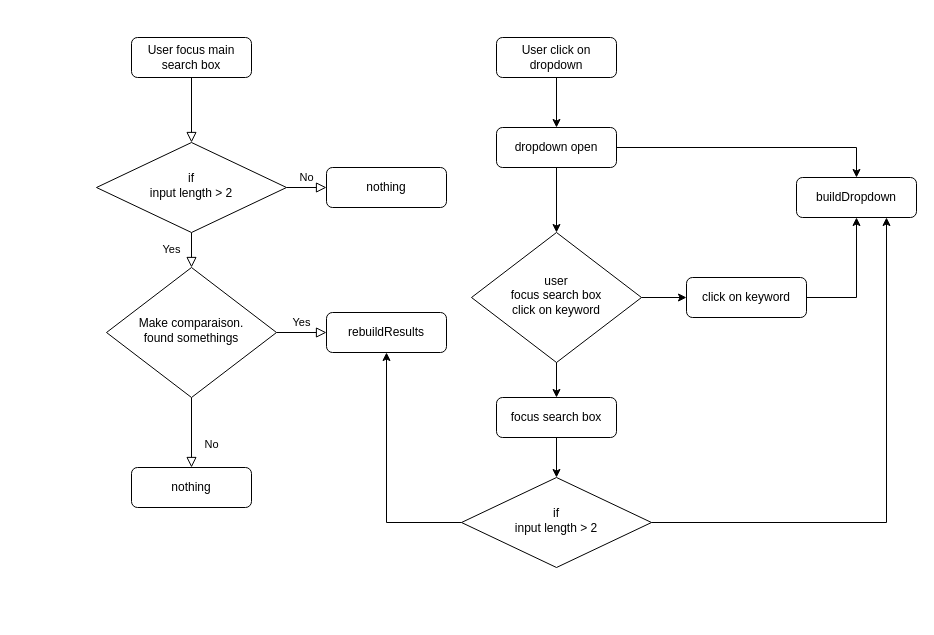
This is Untitled Diagram.drawio from flogus/algorithmeRechercheJavaScript, a draw.io file, before an edit. Source tidied: cells renumbered, new cells numbered last; positions are measured from the earlier drawing's top-left corner, leaving out a move shared by most shapes. Both pictures are drawn from the tidied source at 100%, with x=0, y=0 at pixel (96, 37).
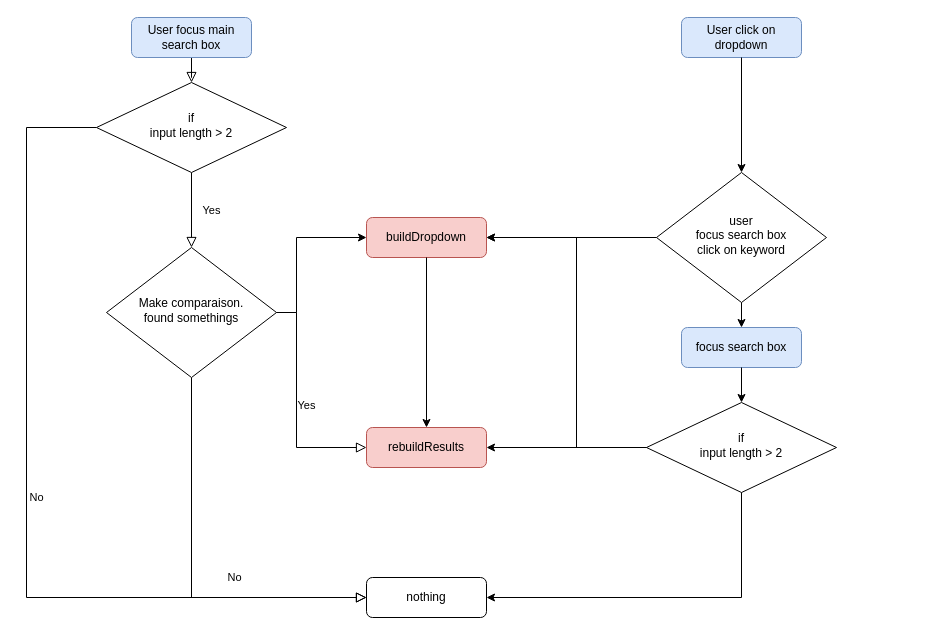
After the change.

Diff of the diagram source:
```diff
@@
-    <mxCell id="3" value="User focus main search box" style="rounded=1;whiteSpace=wrap;html=1;fontSize=12;glass=0;strokeWidth=1;shadow=0;" parent="1" vertex="1">
-      <mxGeometry x="35" width="120" height="40" as="geometry" />
+    <mxCell id="3" value="User focus main search box" style="rounded=1;whiteSpace=wrap;html=1;fontSize=12;glass=0;strokeWidth=1;shadow=0;fillColor=#dae8fc;strokeColor=#6c8ebf;" parent="1" vertex="1">
+      <mxGeometry x="35" y="-20" width="120" height="40" as="geometry" />
     </mxCell>
@@
-    <mxCell id="5" value="No" style="edgeStyle=orthogonalEdgeStyle;rounded=0;html=1;jettySize=auto;fontSize=11;endArrow=block;endFill=0;endSize=8;strokeWidth=1;shadow=0;labelBackgroundColor=none;" parent="1" edge="1" source="6" target="7">
-      <mxGeometry y="10" relative="1" as="geometry" />
+    <mxCell id="5" value="No" style="edgeStyle=orthogonalEdgeStyle;rounded=0;html=1;jettySize=auto;fontSize=11;endArrow=block;endFill=0;endSize=8;strokeWidth=1;shadow=0;labelBackgroundColor=none;entryX=0;entryY=0.5;entryDx=0;entryDy=0;exitX=0;exitY=0.5;exitDx=0;exitDy=0;" parent="1" edge="1" source="6" target="11">
+      <mxGeometry y="10" relative="1" as="geometry">
+        <Array as="points">
+          <mxPoint x="-70" y="90" />
+          <mxPoint x="-70" y="560" />
+        </Array>
+      </mxGeometry>
     </mxCell>
     <mxCell id="6" value="if&lt;br&gt;input length &amp;gt; 2" style="rhombus;whiteSpace=wrap;html=1;shadow=0;fontFamily=Helvetica;fontSize=12;align=center;strokeWidth=1;spacing=6;spacingTop=-4;" parent="1" vertex="1">
-      <mxGeometry y="105" width="190" height="90" as="geometry" />
+      <mxGeometry y="45" width="190" height="90" as="geometry" />
     </mxCell>
-    <mxCell id="7" value="nothing" style="rounded=1;whiteSpace=wrap;html=1;fontSize=12;glass=0;strokeWidth=1;shadow=0;" parent="1" vertex="1">
-      <mxGeometry x="230" y="130" width="120" height="40" as="geometry" />
-    </mxCell>
-    <mxCell id="8" value="No" style="rounded=0;html=1;jettySize=auto;fontSize=11;endArrow=block;endFill=0;endSize=8;strokeWidth=1;shadow=0;labelBackgroundColor=none;edgeStyle=orthogonalEdgeStyle;" parent="1" edge="1" source="10" target="11">
-      <mxGeometry x="0.33" y="20" relative="1" as="geometry" />
+    <mxCell id="8" value="No" style="rounded=0;html=1;jettySize=auto;fontSize=11;endArrow=block;endFill=0;endSize=8;strokeWidth=1;shadow=0;labelBackgroundColor=none;edgeStyle=orthogonalEdgeStyle;exitX=0.5;exitY=1;exitDx=0;exitDy=0;" parent="1" edge="1" source="10" target="11">
+      <mxGeometry x="0.33" y="20" relative="1" as="geometry">
+        <Array as="points">
+          <mxPoint x="95" y="560" />
+        </Array>
+      </mxGeometry>
     </mxCell>
-    <mxCell id="9" value="Yes" style="edgeStyle=orthogonalEdgeStyle;rounded=0;html=1;jettySize=auto;fontSize=11;endArrow=block;endFill=0;endSize=8;strokeWidth=1;shadow=0;labelBackgroundColor=none;" parent="1" edge="1" source="10" target="12">
-      <mxGeometry y="10" relative="1" as="geometry" />
+    <mxCell id="9" value="Yes" style="edgeStyle=orthogonalEdgeStyle;rounded=0;html=1;jettySize=auto;fontSize=11;endArrow=block;endFill=0;endSize=8;strokeWidth=1;shadow=0;labelBackgroundColor=none;entryX=0;entryY=0.5;entryDx=0;entryDy=0;" parent="1" edge="1" source="10" target="12">
+      <mxGeometry y="10" relative="1" as="geometry">
+        <Array as="points">
+          <mxPoint x="200" y="275" />
+          <mxPoint x="200" y="410" />
+        </Array>
+      </mxGeometry>
     </mxCell>
     <mxCell id="10" value="Make comparaison.&lt;br&gt;found somethings" style="rhombus;whiteSpace=wrap;html=1;shadow=0;fontFamily=Helvetica;fontSize=12;align=center;strokeWidth=1;spacing=6;spacingTop=-4;" parent="1" vertex="1">
-      <mxGeometry x="10" y="230" width="170" height="130" as="geometry" />
+      <mxGeometry x="10" y="210" width="170" height="130" as="geometry" />
     </mxCell>
     <mxCell id="11" value="nothing" style="rounded=1;whiteSpace=wrap;html=1;fontSize=12;glass=0;strokeWidth=1;shadow=0;" parent="1" vertex="1">
-      <mxGeometry x="35" y="430" width="120" height="40" as="geometry" />
+      <mxGeometry x="270" y="540" width="120" height="40" as="geometry" />
     </mxCell>
-    <mxCell id="12" value="rebuildResults" style="rounded=1;whiteSpace=wrap;html=1;fontSize=12;glass=0;strokeWidth=1;shadow=0;" parent="1" vertex="1">
-      <mxGeometry x="230" y="275" width="120" height="40" as="geometry" />
+    <mxCell id="12" value="rebuildResults" style="rounded=1;whiteSpace=wrap;html=1;fontSize=12;glass=0;strokeWidth=1;shadow=0;fillColor=#f8cecc;strokeColor=#b85450;" parent="1" vertex="1">
+      <mxGeometry x="270" y="390" width="120" height="40" as="geometry" />
     </mxCell>
-    <mxCell id="13" value="User click on dropdown" style="rounded=1;whiteSpace=wrap;html=1;fontSize=12;glass=0;strokeWidth=1;shadow=0;" parent="1" vertex="1">
-      <mxGeometry x="400" width="120" height="40" as="geometry" />
+    <mxCell id="13" value="User click on dropdown" style="rounded=1;whiteSpace=wrap;html=1;fontSize=12;glass=0;strokeWidth=1;shadow=0;fillColor=#dae8fc;strokeColor=#6c8ebf;" parent="1" vertex="1">
+      <mxGeometry x="585" y="-20" width="120" height="40" as="geometry" />
     </mxCell>
-    <mxCell id="14" value="dropdown open" style="rounded=1;whiteSpace=wrap;html=1;fontSize=12;glass=0;strokeWidth=1;shadow=0;" parent="1" vertex="1">
-      <mxGeometry x="400" y="90" width="120" height="40" as="geometry" />
-    </mxCell>
-    <mxCell id="15" value="focus search box" style="rounded=1;whiteSpace=wrap;html=1;fontSize=12;glass=0;strokeWidth=1;shadow=0;" parent="1" vertex="1">
-      <mxGeometry x="400" y="360" width="120" height="40" as="geometry" />
+    <mxCell id="15" value="focus search box" style="rounded=1;whiteSpace=wrap;html=1;fontSize=12;glass=0;strokeWidth=1;shadow=0;fillColor=#dae8fc;strokeColor=#6c8ebf;" parent="1" vertex="1">
+      <mxGeometry x="585" y="290" width="120" height="40" as="geometry" />
     </mxCell>
-    <mxCell id="16" style="endArrow=classic;html=1;rounded=0;entryX=0.5;entryY=0;entryDx=0;entryDy=0;exitX=0.5;exitY=1;exitDx=0;exitDy=0;" parent="1" edge="1" source="13" target="14">
+    <mxCell id="16" style="endArrow=classic;html=1;rounded=0;exitX=0.5;exitY=1;exitDx=0;exitDy=0;" parent="1" edge="1" source="13" target="19">
       <mxGeometry relative="1" as="geometry" />
     </mxCell>
-    <mxCell id="17" style="endArrow=classic;html=1;rounded=0;exitX=0.5;exitY=1;exitDx=0;exitDy=0;entryX=0.5;entryY=0;entryDx=0;entryDy=0;" parent="1" edge="1" source="14" target="19">
-      <mxGeometry relative="1" as="geometry" />
-    </mxCell>
-    <mxCell id="18" value="buildDropdown" style="rounded=1;whiteSpace=wrap;html=1;fontSize=12;glass=0;strokeWidth=1;shadow=0;" parent="1" vertex="1">
-      <mxGeometry x="700" y="140" width="120" height="40" as="geometry" />
+    <mxCell id="18" value="buildDropdown" style="rounded=1;whiteSpace=wrap;html=1;fontSize=12;glass=0;strokeWidth=1;shadow=0;fillColor=#f8cecc;strokeColor=#b85450;" parent="1" vertex="1">
+      <mxGeometry x="270" y="180" width="120" height="40" as="geometry" />
     </mxCell>
     <mxCell id="19" value="user&lt;br&gt;focus search box&lt;br&gt;click on keyword" style="rhombus;whiteSpace=wrap;html=1;shadow=0;fontFamily=Helvetica;fontSize=12;align=center;strokeWidth=1;spacing=6;spacingTop=-4;" parent="1" vertex="1">
-      <mxGeometry x="375" y="195" width="170" height="130" as="geometry" />
+      <mxGeometry x="560" y="135" width="170" height="130" as="geometry" />
     </mxCell>
@@
-    <mxCell id="21" value="click on keyword" style="rounded=1;whiteSpace=wrap;html=1;fontSize=12;glass=0;strokeWidth=1;shadow=0;" parent="1" vertex="1">
-      <mxGeometry x="590" y="240" width="120" height="40" as="geometry" />
-    </mxCell>
-    <mxCell id="22" style="endArrow=classic;html=1;rounded=0;exitX=1;exitY=0.5;exitDx=0;exitDy=0;" parent="1" edge="1" source="19" target="21">
-      <mxGeometry relative="1" as="geometry" />
+    <mxCell id="22" style="endArrow=classic;html=1;rounded=0;exitX=0;exitY=0.5;exitDx=0;exitDy=0;" parent="1" edge="1" source="19">
+      <mxGeometry relative="1" as="geometry">
+        <mxPoint x="390" y="200" as="targetPoint" />
+      </mxGeometry>
     </mxCell>
     <mxCell id="23" value="if&lt;br&gt;input length &amp;gt; 2" style="rhombus;whiteSpace=wrap;html=1;shadow=0;fontFamily=Helvetica;fontSize=12;align=center;strokeWidth=1;spacing=6;spacingTop=-4;" parent="1" vertex="1">
-      <mxGeometry x="365" y="440" width="190" height="90" as="geometry" />
+      <mxGeometry x="550" y="365" width="190" height="90" as="geometry" />
     </mxCell>
-    <mxCell id="24" style="endArrow=classic;html=1;rounded=0;exitX=0;exitY=0.5;exitDx=0;exitDy=0;entryX=0.5;entryY=1;entryDx=0;entryDy=0;edgeStyle=orthogonalEdgeStyle;" parent="1" edge="1" source="23" target="12">
+    <mxCell id="24" style="endArrow=classic;html=1;rounded=0;exitX=0;exitY=0.5;exitDx=0;exitDy=0;entryX=1;entryY=0.5;entryDx=0;entryDy=0;" parent="1" edge="1" source="23" target="12">
       <mxGeometry relative="1" as="geometry" />
     </mxCell>
@@
-    <mxCell id="26" style="endArrow=classic;html=1;rounded=0;exitX=1;exitY=0.5;exitDx=0;exitDy=0;entryX=0.75;entryY=1;entryDx=0;entryDy=0;edgeStyle=orthogonalEdgeStyle;" parent="1" edge="1" source="23" target="18">
-      <mxGeometry relative="1" as="geometry" />
+    <mxCell id="26" style="endArrow=classic;html=1;rounded=0;exitX=0;exitY=0.5;exitDx=0;exitDy=0;entryX=1;entryY=0.5;entryDx=0;entryDy=0;edgeStyle=orthogonalEdgeStyle;" parent="1" edge="1" source="23" target="18">
+      <mxGeometry relative="1" as="geometry">
+        <Array as="points">
+          <mxPoint x="480" y="410" />
+          <mxPoint x="480" y="200" />
+        </Array>
+      </mxGeometry>
     </mxCell>
-    <mxCell id="27" style="endArrow=classic;html=1;rounded=0;exitX=1;exitY=0.5;exitDx=0;exitDy=0;entryX=0.5;entryY=0;entryDx=0;entryDy=0;edgeStyle=orthogonalEdgeStyle;" parent="1" edge="1" source="14" target="18">
-      <mxGeometry relative="1" as="geometry" />
-    </mxCell>
-    <mxCell id="28" style="endArrow=classic;html=1;rounded=0;exitX=1;exitY=0.5;exitDx=0;exitDy=0;entryX=0.5;entryY=1;entryDx=0;entryDy=0;edgeStyle=orthogonalEdgeStyle;" parent="1" edge="1" source="21" target="18">
-      <mxGeometry relative="1" as="geometry" />
-    </mxCell>
+    <mxCell id="29" style="endArrow=classic;html=1;rounded=0;exitX=1;exitY=0.5;exitDx=0;exitDy=0;entryX=0;entryY=0.5;entryDx=0;entryDy=0;edgeStyle=orthogonalEdgeStyle;" parent="1" edge="1" source="10" target="18">
+      <mxGeometry relative="1" as="geometry">
+        <Array as="points">
+          <mxPoint x="200" y="275" />
+          <mxPoint x="200" y="200" />
+        </Array>
+      </mxGeometry>
+    </mxCell>
+    <mxCell id="30" style="endArrow=classic;html=1;rounded=0;exitX=0.5;exitY=1;exitDx=0;exitDy=0;entryX=0.5;entryY=0;entryDx=0;entryDy=0;" parent="1" edge="1" source="18" target="12">
+      <mxGeometry relative="1" as="geometry" />
+    </mxCell>
+    <mxCell id="31" style="endArrow=classic;html=1;rounded=0;exitX=0.5;exitY=1;exitDx=0;exitDy=0;entryX=1;entryY=0.5;entryDx=0;entryDy=0;edgeStyle=orthogonalEdgeStyle;" parent="1" edge="1" source="23" target="11">
+      <mxGeometry relative="1" as="geometry" />
+    </mxCell>
```
